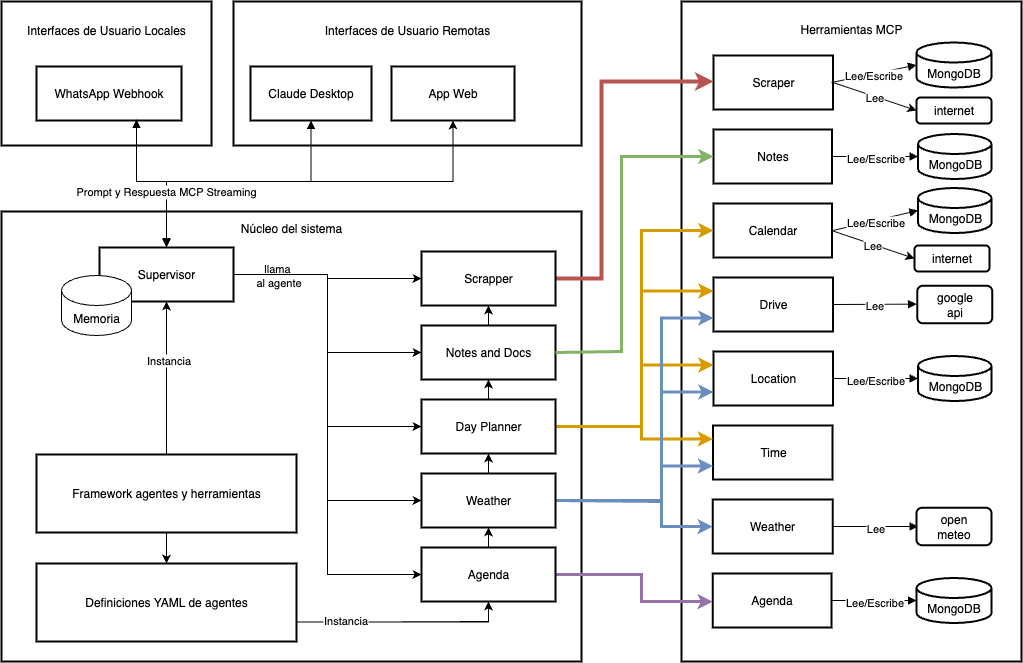
The draw.io diagram architecture-current.png in buddai-net/buddai.net, before a commit. Source tidied: cells renumbered, new cells last; positions are measured from the earlier drawing's top-left corner, leaving out a move shared by most shapes.
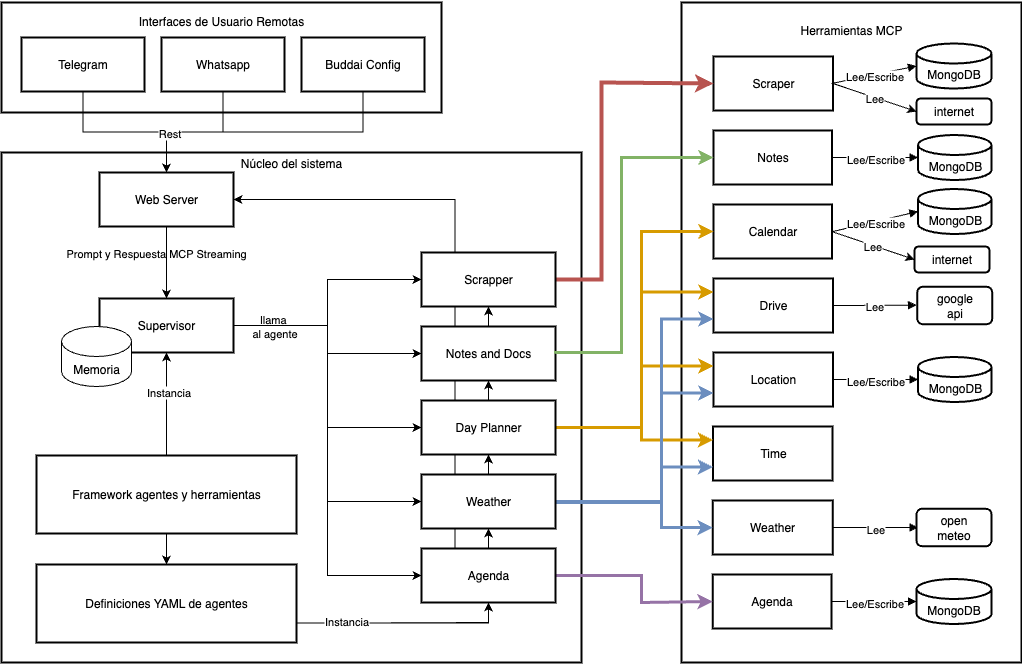
The same diagram one commit later.

Diff of the diagram source:
```diff
@@ -2,26 +2,23 @@
   <root>
     <mxCell id="0" />
     <mxCell id="1" parent="0" />
+    <mxCell id="3" value="Núcleo del sistema&#10;&#10;&#10;&#10;&#10;&#10;&#10;&#10;&#10;&#10;&#10;&#10;&#10;&#10;&#10;&#10;&#10;&#10;&#10;&#10;&#10;&#10;&#10;&#10;&#10;&#10;&#10;&#10;&#10;&#10;&#10;&#10;&#10;&#10;" style="whiteSpace=wrap;strokeWidth=2;" parent="1" vertex="1">
+      <mxGeometry y="150" width="580" height="510" as="geometry" />
+    </mxCell>
+    <mxCell id="82" style="edgeStyle=orthogonalEdgeStyle;rounded=0;jettySize=auto;html=1;exitX=0.25;exitY=0;exitDx=0;exitDy=0;entryX=1;entryY=0.5;entryDx=0;entryDy=0;" parent="1" edge="1" source="51" target="90">
+      <mxGeometry relative="1" as="geometry" />
+    </mxCell>
     <mxCell id="2" value="Herramientas MCP&#10;&#10;&#10;&#10;&#10;&#10;&#10;&#10;&#10;&#10;&#10;&#10;&#10;&#10;&#10;&#10;&#10;&#10;&#10;&#10;&#10;&#10;&#10;&#10;&#10;&#10;&#10;&#10;&#10;&#10;&#10;&#10;&#10;&#10;&#10;&#10;&#10;&#10;&#10;&#10;&#10;&#10;" style="whiteSpace=wrap;strokeWidth=2;" parent="1" vertex="1">
       <mxGeometry x="680" width="340" height="660" as="geometry" />
     </mxCell>
-    <mxCell id="3" value="Núcleo del sistema&#10;&#10;&#10;&#10;&#10;&#10;&#10;&#10;&#10;&#10;&#10;&#10;&#10;&#10;&#10;&#10;&#10;&#10;&#10;&#10;&#10;&#10;&#10;&#10;&#10;&#10;&#10;&#10;&#10;" style="whiteSpace=wrap;strokeWidth=2;" parent="1" vertex="1">
-      <mxGeometry y="210" width="580" height="450" as="geometry" />
-    </mxCell>
-    <mxCell id="4" value="Interfaces de Usuario Remotas&#10;&#10;&#10;&#10;&#10;&#10;" style="whiteSpace=wrap;strokeWidth=2;" parent="1" vertex="1">
-      <mxGeometry x="232" width="348" height="144" as="geometry" />
+    <mxCell id="4" value="&#10;Interfaces de Usuario Remotas&#10;&#10;&#10;&#10;&#10;&#10;" style="whiteSpace=wrap;strokeWidth=2;" parent="1" vertex="1">
+      <mxGeometry width="440" height="110" as="geometry" />
     </mxCell>
-    <mxCell id="5" value="Interfaces de Usuario Locales&#10;&#10;&#10;&#10;&#10;&#10;" style="whiteSpace=wrap;strokeWidth=2;" parent="1" vertex="1">
-      <mxGeometry width="210" height="144" as="geometry" />
-    </mxCell>
-    <mxCell id="6" value="WhatsApp Webhook" style="whiteSpace=wrap;strokeWidth=2;" parent="1" vertex="1">
-      <mxGeometry x="35" y="65" width="145" height="54" as="geometry" />
-    </mxCell>
-    <mxCell id="7" value="Claude Desktop" style="whiteSpace=wrap;strokeWidth=2;" parent="1" vertex="1">
-      <mxGeometry x="249" y="65" width="121" height="54" as="geometry" />
-    </mxCell>
+    <mxCell id="83" style="edgeStyle=orthogonalEdgeStyle;rounded=0;jettySize=auto;html=1;exitX=0.5;exitY=1;exitDx=0;exitDy=0;entryX=0.5;entryY=0;entryDx=0;entryDy=0;" parent="1" edge="1" source="8" target="90">
+      <mxGeometry relative="1" as="geometry" />
+    </mxCell>
-    <mxCell id="8" value="App Web" style="whiteSpace=wrap;strokeWidth=2;" parent="1" vertex="1">
-      <mxGeometry x="390" y="65" width="123" height="54" as="geometry" />
+    <mxCell id="8" value="Buddai Config" style="whiteSpace=wrap;strokeWidth=2;" parent="1" vertex="1">
+      <mxGeometry x="300" y="35" width="123" height="54" as="geometry" />
     </mxCell>
     <mxCell id="9" style="edgeStyle=orthogonalEdgeStyle;rounded=0;jettySize=auto;html=1;exitX=1;exitY=0.5;exitDx=0;exitDy=0;entryX=0;entryY=0.5;entryDx=0;entryDy=0;" parent="1" edge="1" source="16" target="40">
       <mxGeometry relative="1" as="geometry" />
@@ -41,16 +38,8 @@
     <mxCell id="14" value="llama&amp;nbsp;&lt;div&gt;al agente&lt;/div&gt;" style="edgeLabel;html=1;align=center;verticalAlign=middle;labelBackgroundColor=none;" parent="13" vertex="1">
       <mxGeometry x="-0.82" relative="1" as="geometry" />
     </mxCell>
-    <mxCell id="15" style="edgeStyle=orthogonalEdgeStyle;rounded=0;jettySize=auto;html=1;exitX=0.5;exitY=0;exitDx=0;exitDy=0;entryX=0.5;entryY=1;entryDx=0;entryDy=0;" parent="1" edge="1" source="16" target="8">
-      <mxGeometry relative="1" as="geometry">
-        <Array as="points">
-          <mxPoint x="165" y="180" />
-          <mxPoint x="452" y="180" />
-        </Array>
-      </mxGeometry>
-    </mxCell>
     <mxCell id="16" value="Supervisor" style="whiteSpace=wrap;strokeWidth=2;" parent="1" vertex="1">
-      <mxGeometry x="98" y="246" width="134" height="54" as="geometry" />
+      <mxGeometry x="98" y="296" width="134" height="54" as="geometry" />
     </mxCell>
     <mxCell id="17" style="edgeStyle=orthogonalEdgeStyle;rounded=0;jettySize=auto;html=1;exitX=1;exitY=0.75;exitDx=0;exitDy=0;entryX=0.5;entryY=1;entryDx=0;entryDy=0;" parent="1" edge="1" source="23" target="51">
       <mxGeometry relative="1" as="geometry">
@@ -233,26 +222,8 @@
     <mxCell id="55" value="Framework agentes y herramientas" style="whiteSpace=wrap;strokeWidth=2;" parent="1" vertex="1">
       <mxGeometry x="35" y="453" width="260" height="78" as="geometry" />
     </mxCell>
-    <mxCell id="56" style="startArrow=block;endArrow=block;exitX=0.5;exitY=1;entryX=0.5;entryY=0;rounded=0;edgeStyle=orthogonalEdgeStyle;entryDx=0;entryDy=0;" parent="1" edge="1" source="7" target="16">
-      <mxGeometry relative="1" as="geometry">
-        <Array as="points">
-          <mxPoint x="309" y="180" />
-          <mxPoint x="165" y="180" />
-        </Array>
-      </mxGeometry>
-    </mxCell>
-    <mxCell id="57" value="Prompt y Respuesta MCP Streaming" style="startArrow=block;endArrow=block;exitX=0.5;exitY=1;rounded=0;edgeStyle=orthogonalEdgeStyle;entryX=0.5;entryY=0;entryDx=0;entryDy=0;" parent="1" edge="1">
-      <mxGeometry x="0.3" relative="1" as="geometry">
-        <mxPoint x="135" y="118" as="sourcePoint" />
-        <mxPoint x="165" y="245" as="targetPoint" />
-        <Array as="points">
-          <mxPoint x="135" y="180" />
-          <mxPoint x="165" y="180" />
-        </Array>
-      </mxGeometry>
-    </mxCell>
     <mxCell id="58" value="Memoria" style="shape=cylinder3;whiteSpace=wrap;html=1;boundedLbl=1;backgroundOutline=1;size=15;" parent="1" vertex="1">
-      <mxGeometry x="60" y="274" width="70" height="60" as="geometry" />
+      <mxGeometry x="60" y="324" width="70" height="60" as="geometry" />
     </mxCell>
     <mxCell id="59" value="MongoDB" style="shape=cylinder3;boundedLbl=1;backgroundOutline=1;size=10;strokeWidth=2;whiteSpace=wrap;" parent="1" vertex="1">
       <mxGeometry x="915" y="576.5" width="75" height="45" as="geometry" />
@@ -349,5 +320,29 @@
     <mxCell id="81" value="internet" style="rounded=1;whiteSpace=wrap;html=1;fontSize=12;fontStyle=0;strokeWidth=2;" parent="1" vertex="1">
       <mxGeometry x="913" y="244" width="75" height="26" as="geometry" />
     </mxCell>
+    <mxCell id="84" style="edgeStyle=orthogonalEdgeStyle;rounded=0;jettySize=auto;html=1;exitX=0.5;exitY=1;exitDx=0;exitDy=0;entryX=0.5;entryY=0;entryDx=0;entryDy=0;" parent="1" edge="1" source="85" target="90">
+      <mxGeometry relative="1" as="geometry" />
+    </mxCell>
+    <mxCell id="85" value="Whatsapp" style="whiteSpace=wrap;strokeWidth=2;" parent="1" vertex="1">
+      <mxGeometry x="160" y="35" width="123" height="54" as="geometry" />
+    </mxCell>
+    <mxCell id="86" style="edgeStyle=orthogonalEdgeStyle;rounded=0;jettySize=auto;html=1;exitX=0.5;exitY=1;exitDx=0;exitDy=0;" parent="1" edge="1" source="88" target="90">
+      <mxGeometry relative="1" as="geometry" />
+    </mxCell>
+    <mxCell id="87" value="Rest" style="edgeLabel;html=1;align=center;verticalAlign=middle;" parent="86" vertex="1">
+      <mxGeometry x="0.51" y="2" relative="1" as="geometry" />
+    </mxCell>
+    <mxCell id="88" value="Telegram" style="whiteSpace=wrap;strokeWidth=2;" parent="1" vertex="1">
+      <mxGeometry x="20" y="35" width="123" height="54" as="geometry" />
+    </mxCell>
+    <mxCell id="57" value="&lt;span style=&quot;color: rgb(0, 0, 0); font-family: Helvetica; font-size: 11px; font-style: normal; font-variant-ligatures: normal; font-variant-caps: normal; font-weight: 400; letter-spacing: normal; orphans: 2; text-align: center; text-indent: 0px; text-transform: none; widows: 2; word-spacing: 0px; -webkit-text-stroke-width: 0px; white-space: nowrap; background-color: rgb(255, 255, 255); text-decoration-thickness: initial; text-decoration-style: initial; text-decoration-color: initial; display: inline !important; float: none;&quot;&gt;Prompt y Respuesta MCP Streaming&lt;/span&gt;" style="text;whiteSpace=wrap;html=1;" parent="1" vertex="1">
+      <mxGeometry x="63" y="237" width="210" height="40" as="geometry" />
+    </mxCell>
+    <mxCell id="89" style="edgeStyle=orthogonalEdgeStyle;rounded=0;jettySize=auto;html=1;exitX=0.5;exitY=1;exitDx=0;exitDy=0;entryX=0.5;entryY=0;entryDx=0;entryDy=0;" parent="1" edge="1" source="90" target="16">
+      <mxGeometry relative="1" as="geometry" />
+    </mxCell>
+    <mxCell id="90" value="Web Server" style="whiteSpace=wrap;strokeWidth=2;" parent="1" vertex="1">
+      <mxGeometry x="98" y="170" width="134" height="54" as="geometry" />
+    </mxCell>
   </root>
 </mxGraphModel>
```
